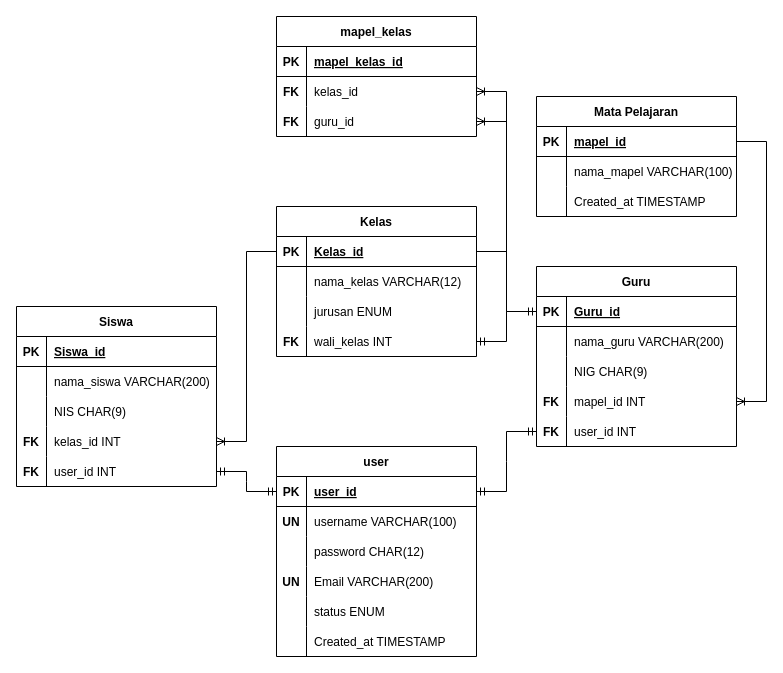
Earlier version of the draw.io diagram Database/proyek1dbdesign.drawio (DzakiyDzakwan/Tugas-Besar-Promweb). Source tidied: cells renumbered, new cells numbered last; positions are measured from the earlier drawing's top-left corner, leaving out a move shared by most shapes. Both pictures are drawn from the tidied source at 100%, with x=0, y=0 at pixel (16, 16).
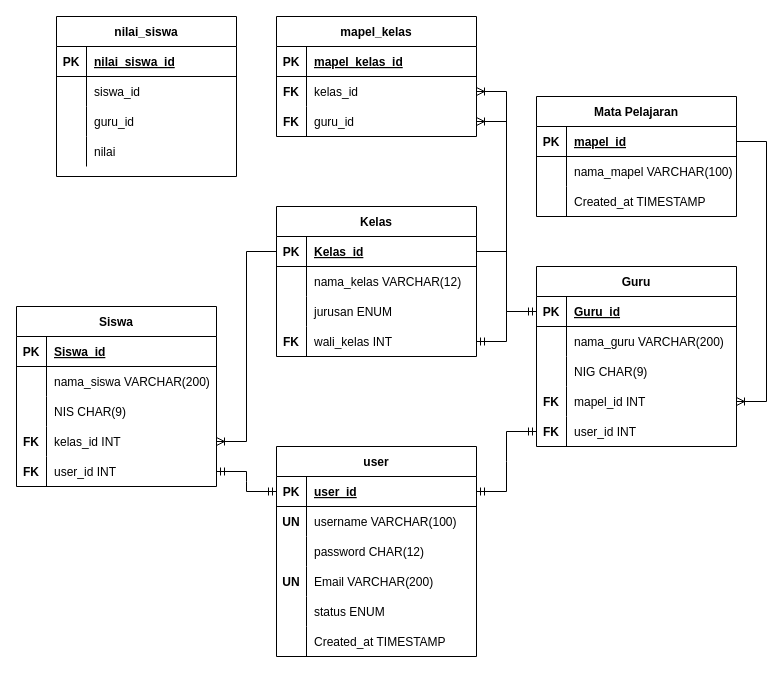
The same diagram, later.

Commit message (it also covers changes not shown here):
database baru -jaki

Diff of the diagram source:
```diff
@@
+    <mxCell id="93" value="nilai_siswa" style="shape=table;startSize=30;childLayout=tableLayout;rowLines=0;fontStyle=1;align=center;" parent="1" vertex="1">
+      <mxGeometry x="40" width="180" height="160" as="geometry" />
+    </mxCell>
+    <mxCell id="94" style="shape=partialRectangle;fillColor=none;top=0;left=0;bottom=1;right=0;" parent="93" vertex="1">
+      <mxGeometry y="30" width="180" height="30" as="geometry" />
+    </mxCell>
+    <mxCell id="95" value="PK" style="shape=partialRectangle;fillColor=none;top=0;left=0;bottom=0;right=0;fontStyle=1;overflow=hidden;" parent="94" vertex="1">
+      <mxGeometry width="30" height="30" as="geometry" />
+    </mxCell>
+    <mxCell id="96" value="nilai_siswa_id" style="shape=partialRectangle;fillColor=none;top=0;left=0;bottom=0;right=0;align=left;spacingLeft=6;fontStyle=5;overflow=hidden;" parent="94" vertex="1">
+      <mxGeometry x="30" width="150" height="30" as="geometry" />
+    </mxCell>
+    <mxCell id="97" style="shape=partialRectangle;fillColor=none;top=0;left=0;bottom=0;right=0;" parent="93" vertex="1">
+      <mxGeometry y="60" width="180" height="30" as="geometry" />
+    </mxCell>
+    <mxCell id="98" style="shape=partialRectangle;fillColor=none;top=0;left=0;bottom=0;right=0;overflow=hidden;" parent="97" vertex="1">
+      <mxGeometry width="30" height="30" as="geometry" />
+    </mxCell>
+    <mxCell id="99" value="siswa_id" style="shape=partialRectangle;fillColor=none;top=0;left=0;bottom=0;right=0;align=left;spacingLeft=6;overflow=hidden;" parent="97" vertex="1">
+      <mxGeometry x="30" width="150" height="30" as="geometry" />
+    </mxCell>
+    <mxCell id="100" style="shape=partialRectangle;fillColor=none;top=0;left=0;bottom=0;right=0;" parent="93" vertex="1">
+      <mxGeometry y="90" width="180" height="30" as="geometry" />
+    </mxCell>
+    <mxCell id="101" style="shape=partialRectangle;fillColor=none;top=0;left=0;bottom=0;right=0;overflow=hidden;" parent="100" vertex="1">
+      <mxGeometry width="30" height="30" as="geometry" />
+    </mxCell>
+    <mxCell id="102" value="guru_id" style="shape=partialRectangle;fillColor=none;top=0;left=0;bottom=0;right=0;align=left;spacingLeft=6;overflow=hidden;" parent="100" vertex="1">
+      <mxGeometry x="30" width="150" height="30" as="geometry" />
+    </mxCell>
+    <mxCell id="103" style="shape=partialRectangle;fillColor=none;top=0;left=0;bottom=0;right=0;" parent="93" vertex="1">
+      <mxGeometry y="120" width="180" height="30" as="geometry" />
+    </mxCell>
+    <mxCell id="104" style="shape=partialRectangle;fillColor=none;top=0;left=0;bottom=0;right=0;overflow=hidden;" parent="103" vertex="1">
+      <mxGeometry width="30" height="30" as="geometry" />
+    </mxCell>
+    <mxCell id="105" value="nilai" style="shape=partialRectangle;fillColor=none;top=0;left=0;bottom=0;right=0;align=left;spacingLeft=6;overflow=hidden;" parent="103" vertex="1">
+      <mxGeometry x="30" width="150" height="30" as="geometry" />
+    </mxCell>
```
